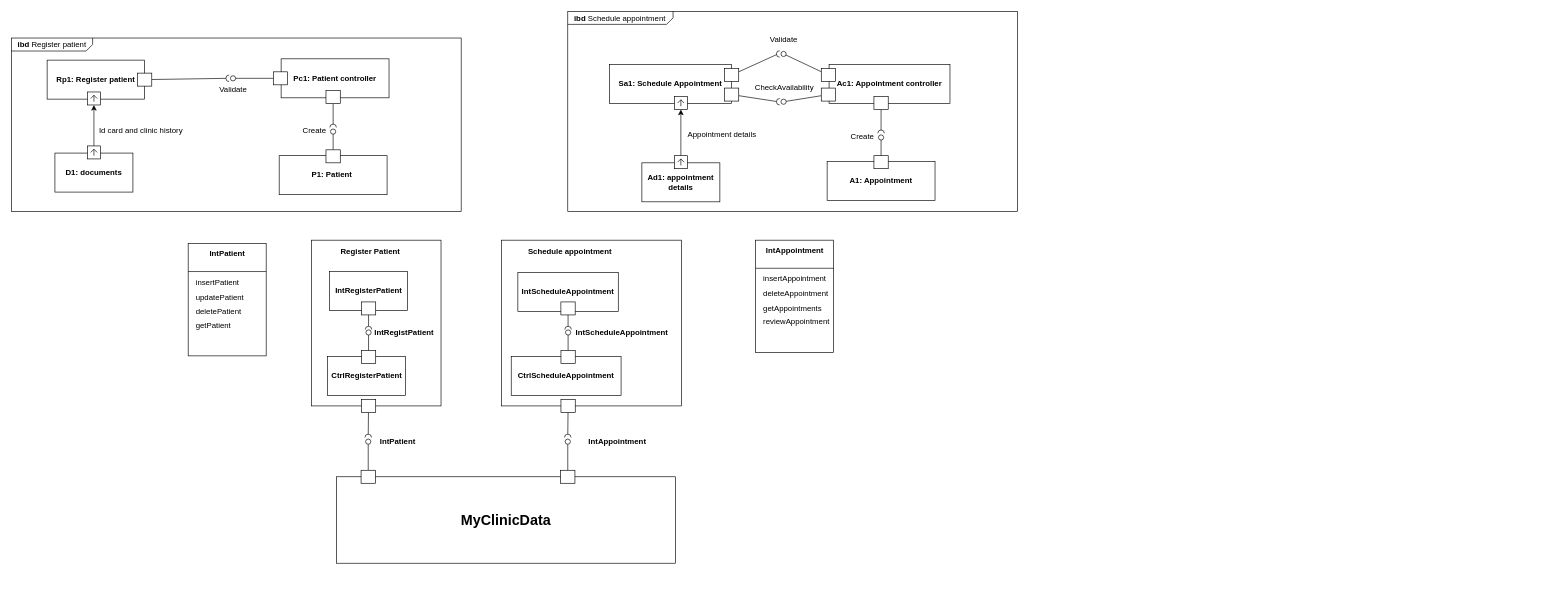
RafaelCMira/myclinic-msp-project keeps this draw.io diagram as Diagrams/Development/IBD development.drawio. Above is the earlier version. Source tidied: cells renumbered, new cells numbered last; positions are measured from the earlier drawing's top-left corner, leaving out a move shared by most shapes. Both pictures are drawn from the tidied source at 65%, with x=0, y=0 at pixel (11, 11).
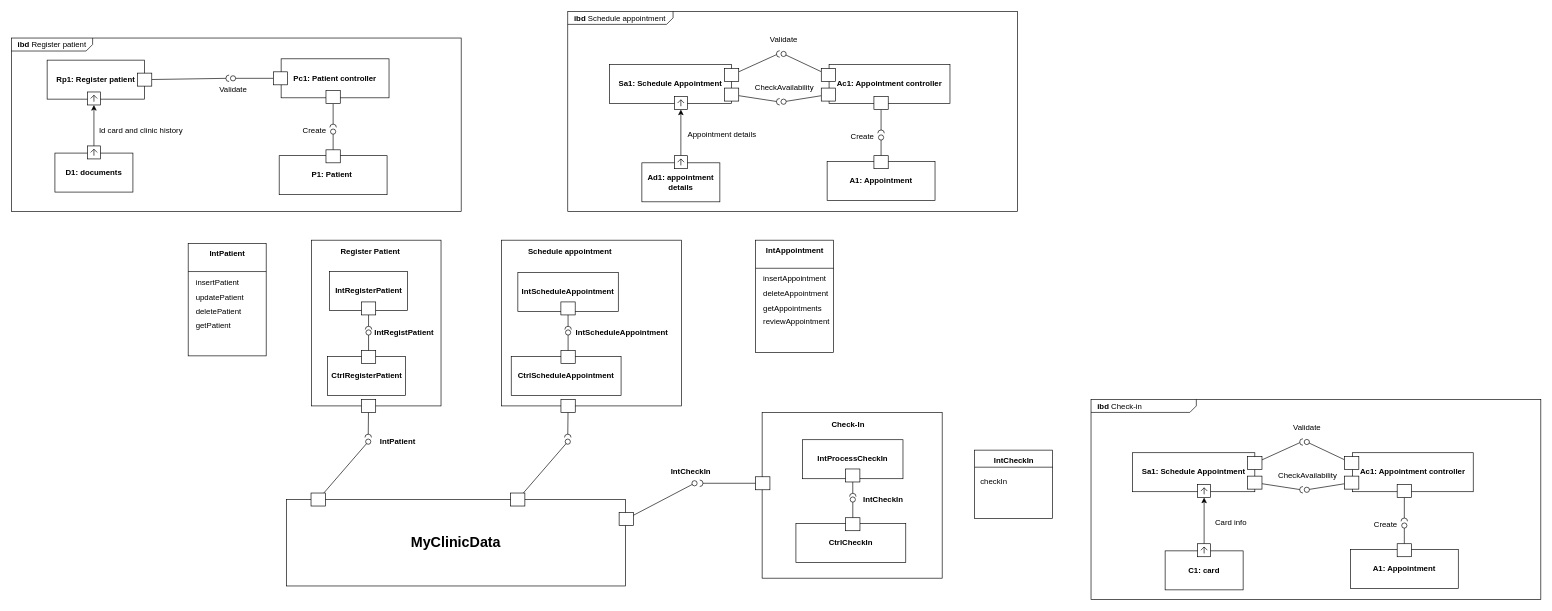
The same diagram, later.

The edit, as a diff of the source:
```diff
@@
+    <mxCell id="112" style="rounded=0;whiteSpace=wrap;html=1;fillColor=none;align=center;" parent="1" vertex="1">
+      <mxGeometry x="1155" y="617" width="277" height="255" as="geometry" />
+    </mxCell>
@@
-    <mxCell id="62" value="&lt;b&gt;IntAppointment&lt;/b&gt;" style="text;html=1;align=center;verticalAlign=middle;strokeColor=none;fillColor=none;" parent="1" vertex="1">
-      <mxGeometry x="878.5" y="649" width="107" height="26" as="geometry" />
+    <mxCell id="62" value="&lt;b&gt;IntCheckIn&lt;/b&gt;" style="text;html=1;align=center;verticalAlign=middle;strokeColor=none;fillColor=none;" parent="1" vertex="1">
+      <mxGeometry x="1005" y="695" width="79" height="26" as="geometry" />
     </mxCell>
@@
     <mxCell id="69" style="group;" parent="1" vertex="1">
-      <mxGeometry x="500" y="706" width="522" height="143" as="geometry" />
+      <mxGeometry x="423" y="741" width="534" height="143" as="geometry" />
     </mxCell>
     <mxCell id="70" style="group;" parent="69" vertex="1">
-      <mxGeometry width="522" height="143" as="geometry" />
+      <mxGeometry width="534" height="143" as="geometry" />
     </mxCell>
@@
+    <mxCell id="113" style="html=1;rounded=0;fillColor=default;" parent="70" vertex="1">
+      <mxGeometry x="512" y="30" width="22" height="20" as="geometry" />
+    </mxCell>
@@
+    <mxCell id="114" style="endArrow=none;html=1;rounded=0;align=center;verticalAlign=top;endFill=0;labelBackgroundColor=none;endSize=2;" parent="1" edge="1" source="113" target="115">
+      <mxGeometry relative="1" as="geometry" />
+    </mxCell>
+    <mxCell id="115" style="ellipse;html=1;fontSize=11;align=center;fillColor=none;points=[];verticalAlign=bottom;labelPosition=center;verticalLabelPosition=top;flipH=1;" parent="1" vertex="1">
+      <mxGeometry x="1047" y="722" width="8" height="8" as="geometry" />
+    </mxCell>
+    <mxCell id="116" style="endArrow=none;html=1;rounded=0;align=center;verticalAlign=top;endFill=0;labelBackgroundColor=none;endSize=2;" parent="1" edge="1" source="118" target="117">
+      <mxGeometry relative="1" as="geometry" />
+    </mxCell>
+    <mxCell id="117" style="shape=requiredInterface;html=1;fontSize=11;align=center;fillColor=none;points=[];verticalAlign=bottom;labelPosition=center;verticalLabelPosition=top;flipH=1;rotation=-180;" parent="1" vertex="1">
+      <mxGeometry x="1059" y="721" width="5" height="10" as="geometry" />
+    </mxCell>
+    <mxCell id="118" style="html=1;rounded=0;" parent="1" vertex="1">
+      <mxGeometry x="1145" y="716" width="22" height="20" as="geometry" />
+    </mxCell>
+    <mxCell id="119" value="&lt;b&gt;Check-In&lt;/b&gt;" style="text;html=1;align=center;verticalAlign=middle;strokeColor=none;fillColor=none;" parent="1" vertex="1">
+      <mxGeometry x="1252.5" y="623" width="69" height="26" as="geometry" />
+    </mxCell>
+    <mxCell id="120" style="endArrow=none;html=1;rounded=0;align=center;verticalAlign=top;endFill=0;labelBackgroundColor=none;endSize=2;" parent="1" edge="1" source="130" target="121">
+      <mxGeometry relative="1" as="geometry" />
+    </mxCell>
+    <mxCell id="121" style="ellipse;html=1;fontSize=11;align=center;fillColor=none;points=[];verticalAlign=bottom;labelPosition=center;verticalLabelPosition=top;flipH=1;" parent="1" vertex="1">
+      <mxGeometry x="1290.5" y="747" width="8" height="8" as="geometry" />
+    </mxCell>
+    <mxCell id="122" style="endArrow=none;html=1;rounded=0;align=center;verticalAlign=top;endFill=0;labelBackgroundColor=none;endSize=2;" parent="1" edge="1" source="127" target="123">
+      <mxGeometry relative="1" as="geometry" />
+    </mxCell>
+    <mxCell id="123" style="shape=requiredInterface;html=1;fontSize=11;align=center;fillColor=none;points=[];verticalAlign=bottom;labelPosition=center;verticalLabelPosition=top;flipH=1;rotation=90;" parent="1" vertex="1">
+      <mxGeometry x="1292" y="739" width="5" height="10" as="geometry" />
+    </mxCell>
+    <mxCell id="124" value="&lt;b&gt;IntCheckIn&lt;/b&gt;" style="text;html=1;align=center;verticalAlign=middle;strokeColor=none;fillColor=none;" parent="1" vertex="1">
+      <mxGeometry x="1301" y="738" width="79" height="26" as="geometry" />
+    </mxCell>
+    <mxCell id="125" style="group;" parent="1" vertex="1">
+      <mxGeometry x="1217.2" y="659" width="154.5" height="65" as="geometry" />
+    </mxCell>
+    <mxCell id="126" value="&lt;b&gt;IntProcessCheckIn&lt;/b&gt;" style="rounded=0;whiteSpace=wrap;html=1;fillColor=none;" parent="125" vertex="1">
+      <mxGeometry width="154.5" height="60" as="geometry" />
+    </mxCell>
+    <mxCell id="127" style="html=1;rounded=0;" parent="125" vertex="1">
+      <mxGeometry x="66.2" y="45" width="22" height="20" as="geometry" />
+    </mxCell>
+    <mxCell id="128" style="group;" parent="1" vertex="1">
+      <mxGeometry x="1207" y="779" width="169" height="69" as="geometry" />
+    </mxCell>
+    <mxCell id="129" value="&lt;b&gt;CtrlCheckIn&lt;/b&gt;" style="rounded=0;whiteSpace=wrap;html=1;fillColor=none;" parent="128" vertex="1">
+      <mxGeometry y="9" width="169" height="60" as="geometry" />
+    </mxCell>
+    <mxCell id="130" style="html=1;rounded=0;" parent="128" vertex="1">
+      <mxGeometry x="76.5" width="22" height="20" as="geometry" />
+    </mxCell>
+    <mxCell id="131" style="rounded=0;whiteSpace=wrap;html=1;fillColor=none;" parent="1" vertex="1">
+      <mxGeometry x="1482" y="675" width="120" height="105" as="geometry" />
+    </mxCell>
+    <mxCell id="132" value="&lt;b&gt;IntCheckIn&lt;/b&gt;" style="text;html=1;align=center;verticalAlign=middle;strokeColor=none;fillColor=none;" parent="1" vertex="1">
+      <mxGeometry x="1502.5" y="678" width="79" height="26" as="geometry" />
+    </mxCell>
+    <mxCell id="133" value="checkIn" style="text;html=1;align=left;verticalAlign=middle;strokeColor=none;fillColor=none;" parent="1" vertex="1">
+      <mxGeometry x="1489" y="710" width="59" height="26" as="geometry" />
+    </mxCell>
+    <mxCell id="134" style="rounded=0;orthogonalLoop=1;jettySize=auto;html=1;exitX=0;exitY=0.25;exitDx=0;exitDy=0;entryX=1;entryY=0.25;entryDx=0;entryDy=0;endArrow=none;endFill=0;" parent="1" edge="1" source="131" target="131">
+      <mxGeometry relative="1" as="geometry" />
+    </mxCell>
+    <mxCell id="135" value="&lt;p style=&quot;margin:0px;margin-top:4px;margin-left:10px;text-align:left;&quot;&gt;&lt;b&gt;ibd&lt;/b&gt;&amp;nbsp;Check-in&lt;/p&gt;" style="html=1;shape=mxgraph.sysml.package;labelX=162.01;align=left;spacingLeft=10;html=1;overflow=fill;whiteSpace=wrap;" parent="1" vertex="1">
+      <mxGeometry x="1661" y="597" width="692" height="308" as="geometry" />
+    </mxCell>
+    <mxCell id="136" style="rounded=0;jettySize=auto;html=1;" parent="1" edge="1" source="139" target="155">
+      <mxGeometry relative="1" as="geometry" />
+    </mxCell>
+    <mxCell id="137" style="group;" parent="1" vertex="1">
+      <mxGeometry x="1775" y="819" width="120" height="71" as="geometry" />
+    </mxCell>
+    <mxCell id="138" value="&lt;b&gt;C1: card&lt;/b&gt;" style="rounded=0;whiteSpace=wrap;html=1;fillColor=none;" parent="137" vertex="1">
+      <mxGeometry y="11" width="120" height="60" as="geometry" />
+    </mxCell>
+    <mxCell id="139" style="html=1;shape=mxgraph.sysml.port;sysMLPortType=flowN;" parent="137" vertex="1">
+      <mxGeometry x="50" width="20" height="20" as="geometry" />
+    </mxCell>
+    <mxCell id="140" value="Card info" style="text;html=1;align=center;verticalAlign=middle;strokeColor=none;fillColor=none;" parent="1" vertex="1">
+      <mxGeometry x="1842" y="774" width="67" height="26" as="geometry" />
+    </mxCell>
+    <mxCell id="141" style="endArrow=none;html=1;rounded=0;align=center;verticalAlign=top;endFill=0;labelBackgroundColor=none;endSize=2;" parent="1" edge="1" source="158" target="142">
+      <mxGeometry relative="1" as="geometry" />
+    </mxCell>
+    <mxCell id="142" style="ellipse;html=1;fontSize=11;align=center;fillColor=none;points=[];verticalAlign=bottom;labelPosition=center;verticalLabelPosition=top;flipH=1;" parent="1" vertex="1">
+      <mxGeometry x="1989" y="658.5" width="8" height="8" as="geometry" />
+    </mxCell>
+    <mxCell id="143" style="endArrow=none;html=1;rounded=0;align=center;verticalAlign=top;endFill=0;labelBackgroundColor=none;endSize=2;" parent="1" edge="1" source="156" target="144">
+      <mxGeometry relative="1" as="geometry" />
+    </mxCell>
+    <mxCell id="144" style="shape=requiredInterface;html=1;fontSize=11;align=center;fillColor=none;points=[];verticalAlign=bottom;labelPosition=center;verticalLabelPosition=top;flipH=1;rotation=0;" parent="1" vertex="1">
+      <mxGeometry x="1982" y="657.5" width="5" height="10" as="geometry" />
+    </mxCell>
+    <mxCell id="145" value="Validate" style="text;html=1;align=center;verticalAlign=middle;strokeColor=none;fillColor=none;" parent="1" vertex="1">
+      <mxGeometry x="1963" y="627" width="60" height="26" as="geometry" />
+    </mxCell>
+    <mxCell id="146" style="endArrow=none;html=1;rounded=0;align=center;verticalAlign=top;endFill=0;labelBackgroundColor=none;endSize=2;" parent="1" edge="1" source="153" target="147">
+      <mxGeometry relative="1" as="geometry" />
+    </mxCell>
+    <mxCell id="147" style="ellipse;html=1;fontSize=11;align=center;fillColor=none;points=[];verticalAlign=bottom;labelPosition=center;verticalLabelPosition=top;flipH=1;" parent="1" vertex="1">
+      <mxGeometry x="2139" y="787" width="8" height="8" as="geometry" />
+    </mxCell>
+    <mxCell id="148" style="endArrow=none;html=1;rounded=0;align=center;verticalAlign=top;endFill=0;labelBackgroundColor=none;endSize=2;" parent="1" edge="1" source="159" target="149">
+      <mxGeometry relative="1" as="geometry" />
+    </mxCell>
+    <mxCell id="149" style="shape=requiredInterface;html=1;fontSize=11;align=center;fillColor=none;points=[];verticalAlign=bottom;labelPosition=center;verticalLabelPosition=top;flipH=1;rotation=90;" parent="1" vertex="1">
+      <mxGeometry x="2140.5" y="777" width="5" height="10" as="geometry" />
+    </mxCell>
+    <mxCell id="150" value="Create" style="text;html=1;align=center;verticalAlign=middle;strokeColor=none;fillColor=none;" parent="1" vertex="1">
+      <mxGeometry x="2086.5" y="777" width="54" height="26" as="geometry" />
+    </mxCell>
+    <mxCell id="151" style="group;" parent="1" vertex="1">
+      <mxGeometry x="2060" y="819" width="166" height="69" as="geometry" />
+    </mxCell>
+    <mxCell id="152" value="&lt;b&gt;A1: Appointment&lt;/b&gt;" style="rounded=0;whiteSpace=wrap;html=1;fillColor=none;" parent="151" vertex="1">
+      <mxGeometry y="9" width="166" height="60" as="geometry" />
+    </mxCell>
+    <mxCell id="153" style="html=1;rounded=0;fillColor=default;" parent="151" vertex="1">
+      <mxGeometry x="72" width="22" height="20" as="geometry" />
+    </mxCell>
+    <mxCell id="154" value="&lt;b&gt;Sa1: Schedule Appointment&lt;/b&gt;" style="rounded=0;whiteSpace=wrap;html=1;fillColor=none;" parent="1" vertex="1">
+      <mxGeometry x="1725" y="679" width="188" height="60" as="geometry" />
+    </mxCell>
+    <mxCell id="155" style="html=1;shape=mxgraph.sysml.port;sysMLPortType=flowN;" parent="1" vertex="1">
+      <mxGeometry x="1825" y="728" width="20" height="20" as="geometry" />
+    </mxCell>
+    <mxCell id="156" style="html=1;rounded=0;" parent="1" vertex="1">
+      <mxGeometry x="1902" y="685" width="22" height="20" as="geometry" />
+    </mxCell>
+    <mxCell id="157" value="&lt;b&gt;Ac1: Appointment controller&lt;/b&gt;" style="rounded=0;whiteSpace=wrap;html=1;fillColor=none;" parent="1" vertex="1">
+      <mxGeometry x="2063" y="679" width="186" height="60" as="geometry" />
+    </mxCell>
+    <mxCell id="158" style="html=1;rounded=0;fillColor=default;" parent="1" vertex="1">
+      <mxGeometry x="2051" y="685" width="22" height="20" as="geometry" />
+    </mxCell>
+    <mxCell id="159" style="html=1;rounded=0;" parent="1" vertex="1">
+      <mxGeometry x="2132" y="728" width="22" height="20" as="geometry" />
+    </mxCell>
+    <mxCell id="160" style="endArrow=none;html=1;rounded=0;align=center;verticalAlign=top;endFill=0;labelBackgroundColor=none;endSize=2;" parent="1" edge="1" source="166" target="161">
+      <mxGeometry relative="1" as="geometry" />
+    </mxCell>
+    <mxCell id="161" style="ellipse;html=1;fontSize=11;align=center;fillColor=none;points=[];verticalAlign=bottom;labelPosition=center;verticalLabelPosition=top;flipH=1;" parent="1" vertex="1">
+      <mxGeometry x="1989" y="732" width="8" height="8" as="geometry" />
+    </mxCell>
+    <mxCell id="162" style="endArrow=none;html=1;rounded=0;align=center;verticalAlign=top;endFill=0;labelBackgroundColor=none;endSize=2;" parent="1" edge="1" source="165" target="163">
+      <mxGeometry relative="1" as="geometry" />
+    </mxCell>
+    <mxCell id="163" style="shape=requiredInterface;html=1;fontSize=11;align=center;fillColor=none;points=[];verticalAlign=bottom;labelPosition=center;verticalLabelPosition=top;flipH=1;rotation=0;" parent="1" vertex="1">
+      <mxGeometry x="1982" y="731" width="5" height="10" as="geometry" />
+    </mxCell>
+    <mxCell id="164" value="CheckAvailability" style="text;html=1;align=center;verticalAlign=middle;strokeColor=none;fillColor=none;" parent="1" vertex="1">
+      <mxGeometry x="1939" y="700.5" width="109" height="26" as="geometry" />
+    </mxCell>
+    <mxCell id="165" style="html=1;rounded=0;" parent="1" vertex="1">
+      <mxGeometry x="1902" y="715" width="22" height="20" as="geometry" />
+    </mxCell>
+    <mxCell id="166" style="html=1;rounded=0;fillColor=default;" parent="1" vertex="1">
+      <mxGeometry x="2051" y="715" width="22" height="20" as="geometry" />
+    </mxCell>
```
